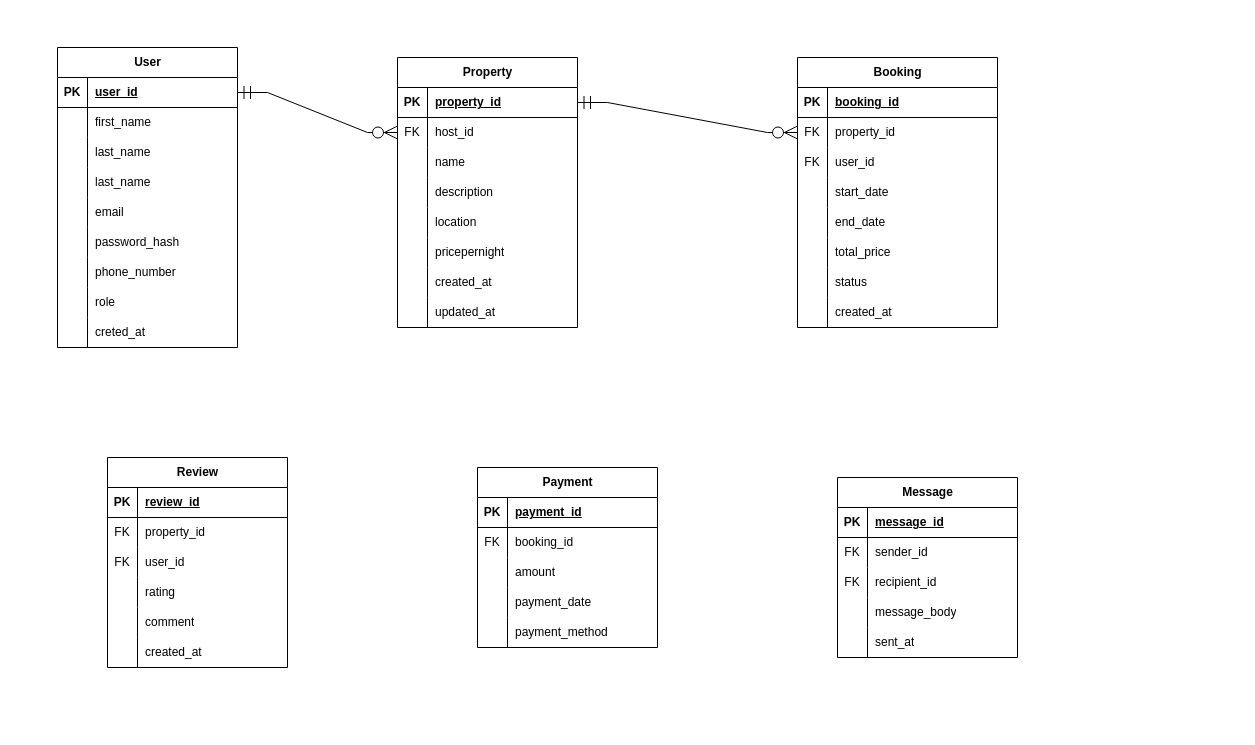
Before: ERDALX.drawio in snipher-marube/airbnb-clone-project, a draw.io diagram. Source tidied: cells renumbered, new cells numbered last; positions are measured from the earlier drawing's top-left corner, leaving out a move shared by most shapes. Both pictures are drawn from the tidied source at 100%, with x=0, y=0 at pixel (57, 47).
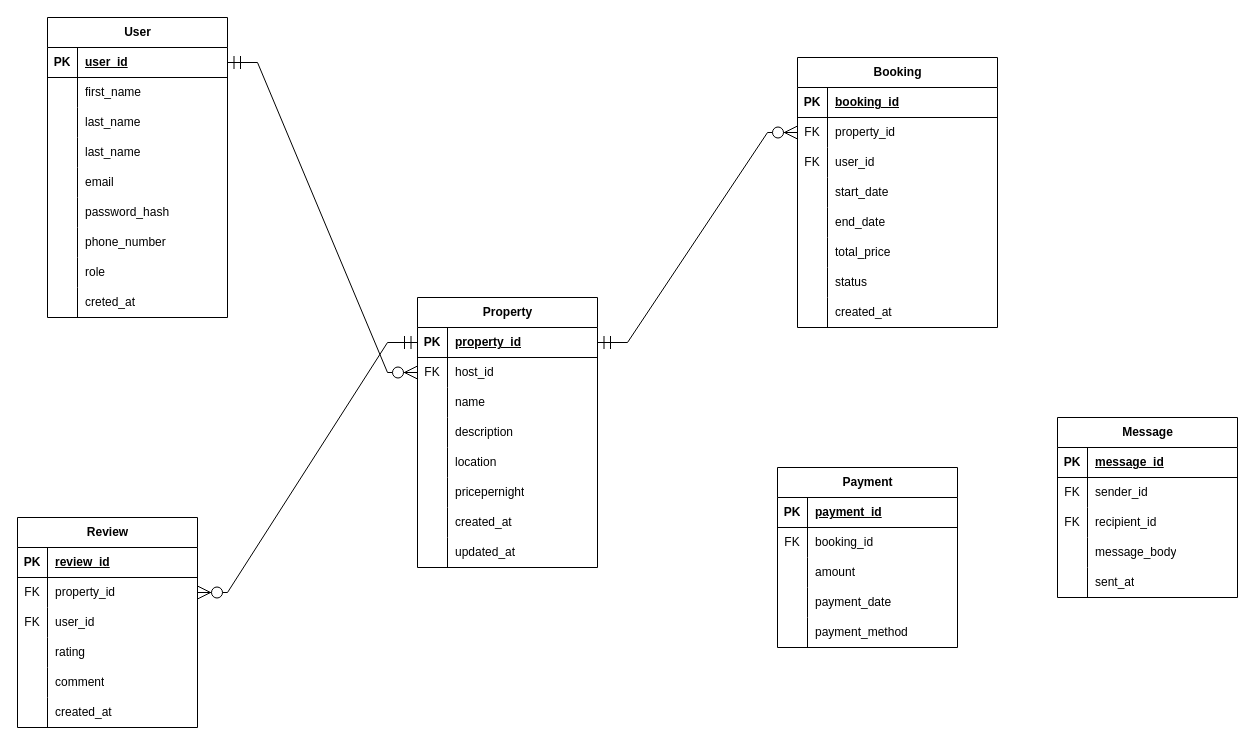
After the change.

The change refers to these unchanged cells:
```xml
<mxCell id="31" style="shape=tableRow;horizontal=0;startSize=0;swimlaneHead=0;swimlaneBody=0;fillColor=none;points=[[0,0.5],[1,0.5]];portConstraint=eastwest;top=0;left=0;right=0;bottom=1;" parent="30" vertex="1">
  <mxGeometry y="30" width="180" height="30" as="geometry" />
</mxCell>
<mxCell id="100" style="shape=tableRow;horizontal=0;startSize=0;swimlaneHead=0;swimlaneBody=0;fillColor=none;points=[[0,0.5],[1,0.5]];portConstraint=eastwest;top=0;left=0;right=0;bottom=0;" parent="96" vertex="1">
  <mxGeometry y="60" width="180" height="30" as="geometry" />
</mxCell>
```

Change to the diagram source:
```diff
@@
     <mxCell id="2" value="User" style="shape=table;startSize=30;childLayout=tableLayout;rowLines=0;fontStyle=1;align=center;html=1;" parent="1" vertex="1">
-      <mxGeometry width="180" height="300" as="geometry" />
+      <mxGeometry x="-10" y="-30" width="180" height="300" as="geometry" />
     </mxCell>
@@
     <mxCell id="30" value="Property" style="shape=table;startSize=30;childLayout=tableLayout;rowLines=0;fontStyle=1;align=center;html=1;" parent="1" vertex="1">
-      <mxGeometry x="340" y="10" width="180" height="270" as="geometry" />
+      <mxGeometry x="360" y="250" width="180" height="270" as="geometry" />
     </mxCell>
@@
     <mxCell id="80" value="Payment" style="shape=table;startSize=30;childLayout=tableLayout;rowLines=0;fontStyle=1;align=center;html=1;" parent="1" vertex="1">
-      <mxGeometry x="420" y="420" width="180" height="180" as="geometry" />
+      <mxGeometry x="720" y="420" width="180" height="180" as="geometry" />
     </mxCell>
@@
     <mxCell id="96" value="Review" style="shape=table;startSize=30;childLayout=tableLayout;rowLines=0;fontStyle=1;align=center;html=1;" parent="1" vertex="1">
-      <mxGeometry x="50" y="410" width="180" height="210" as="geometry" />
+      <mxGeometry x="-40" y="470" width="180" height="210" as="geometry" />
     </mxCell>
@@
     <mxCell id="115" value="Message" style="shape=table;startSize=30;childLayout=tableLayout;rowLines=0;fontStyle=1;align=center;html=1;" parent="1" vertex="1">
-      <mxGeometry x="780" y="430" width="180" height="180" as="geometry" />
+      <mxGeometry x="1000" y="370" width="180" height="180" as="geometry" />
     </mxCell>
@@
+    <mxCell id="133" style="edgeStyle=entityRelationEdgeStyle;fontSize=12;html=1;endArrow=ERzeroToMany;startArrow=ERmandOne;rounded=0;endSize=11;targetPerimeterSpacing=11;sourcePerimeterSpacing=11;startSize=11;entryX=1;entryY=0.5;entryDx=0;entryDy=0;exitX=0;exitY=0.5;exitDx=0;exitDy=0;" parent="1" edge="1" source="31" target="100">
+      <mxGeometry relative="1" as="geometry" />
+    </mxCell>
```
